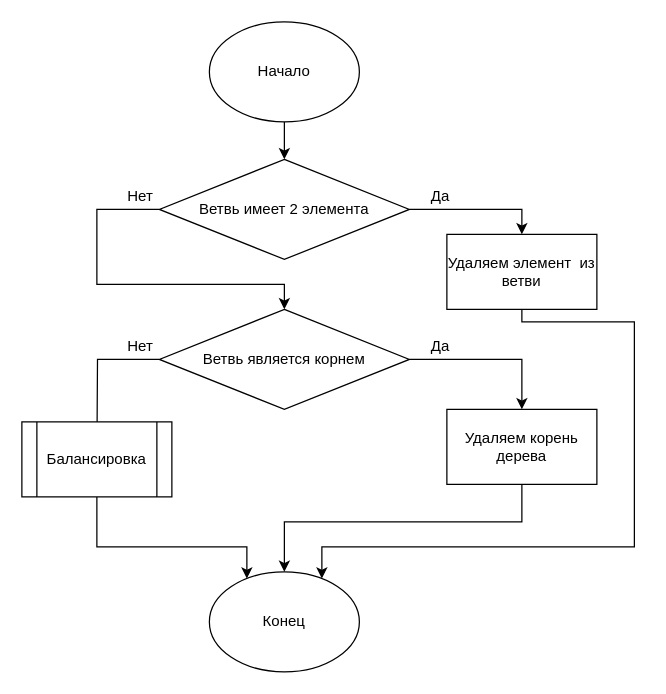
This is Diograms/FixingTree.drawio from GREBIAR-Git/2-3Tree, a draw.io file, before an edit. Source tidied: cells renumbered, new cells numbered last; positions are measured from the earlier drawing's top-left corner, leaving out a move shared by most shapes. Both pictures are drawn from the tidied source at 125%, with x=0, y=0 at pixel (21, 21).
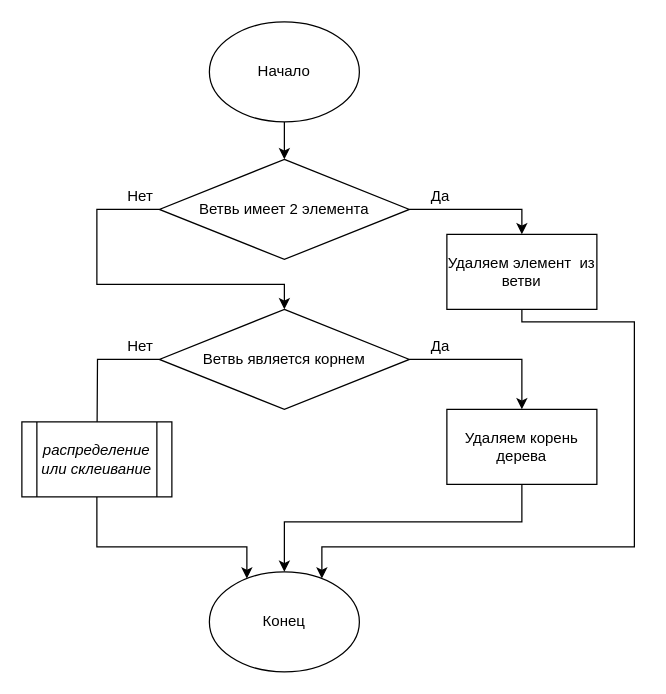
After the change.

Diff of the diagram source:
```diff
@@
-    <mxCell id="12" value="Балансировка" style="shape=process;whiteSpace=wrap;html=1;backgroundOutline=1;" parent="1" vertex="1">
+    <mxCell id="12" value="&lt;i&gt;распределение или склеивание&lt;/i&gt;" style="shape=process;whiteSpace=wrap;html=1;backgroundOutline=1;" parent="1" vertex="1">
       <mxGeometry y="320" width="120" height="60" as="geometry" />
     </mxCell>
```
